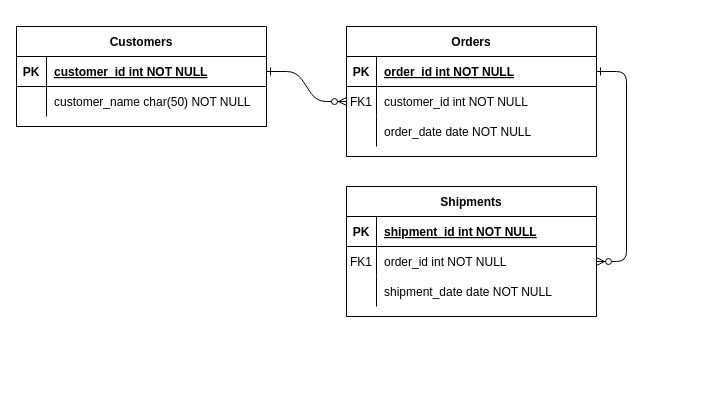
The draw.io diagram Untitled Diagram.drawio in emtucobac/final_exam, before the edit. Source tidied: cells renumbered, new cells numbered last; positions are measured from the earlier drawing's top-left corner, leaving out a move shared by most shapes. Both pictures are drawn from the tidied source at 100%, with x=0, y=0 at pixel (16, 26).
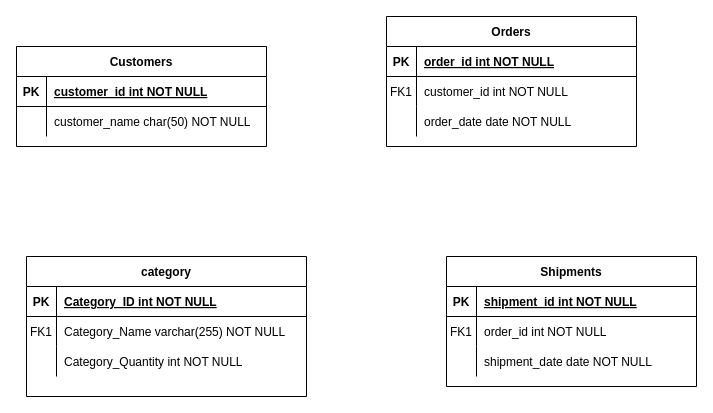
The same diagram, later.

The change refers to these unchanged cells:
```xml
<mxCell id="5" style="shape=partialRectangle;fillColor=none;points=[[0,0.5],[1,0.5]];portConstraint=eastwest;top=0;left=0;right=0;bottom=1;" parent="4" vertex="1">
  <mxGeometry y="30" width="250" height="30" as="geometry" />
</mxCell>
<mxCell id="8" style="shape=partialRectangle;fillColor=none;points=[[0,0.5],[1,0.5]];portConstraint=eastwest;top=0;left=0;right=0;bottom=0;" parent="4" vertex="1">
  <mxGeometry y="60" width="250" height="30" as="geometry" />
</mxCell>
<mxCell id="18" style="shape=partialRectangle;fillColor=none;points=[[0,0.5],[1,0.5]];portConstraint=eastwest;top=0;left=0;right=0;bottom=0;" parent="14" vertex="1">
  <mxGeometry y="60" width="250" height="30" as="geometry" />
</mxCell>
<mxCell id="25" style="shape=partialRectangle;fillColor=none;points=[[0,0.5],[1,0.5]];portConstraint=eastwest;top=0;left=0;right=0;bottom=1;" parent="24" vertex="1">
  <mxGeometry y="30" width="250" height="30" as="geometry" />
</mxCell>
```

What changed in the source:
```diff
@@
-    <mxCell id="2" style="edgeStyle=entityRelationEdgeStyle;endArrow=ERzeroToMany;startArrow=ERone;endFill=1;startFill=0;" parent="1" edge="1" source="25" target="8">
-      <mxGeometry relative="1" as="geometry" />
-    </mxCell>
-    <mxCell id="3" style="edgeStyle=entityRelationEdgeStyle;endArrow=ERzeroToMany;startArrow=ERone;endFill=1;startFill=0;" parent="1" edge="1" source="5" target="18">
-      <mxGeometry relative="1" as="geometry" />
-    </mxCell>
     <mxCell id="4" value="Orders" style="shape=table;startSize=30;childLayout=tableLayout;rowLines=0;fontStyle=1;align=center;" parent="1" vertex="1">
-      <mxGeometry x="330" width="250" height="130" as="geometry" />
+      <mxGeometry x="370" y="-10" width="250" height="130" as="geometry" />
     </mxCell>
@@
     <mxCell id="14" value="Shipments" style="shape=table;startSize=30;childLayout=tableLayout;rowLines=0;fontStyle=1;align=center;" parent="1" vertex="1">
-      <mxGeometry x="330" y="160" width="250" height="130" as="geometry" />
+      <mxGeometry x="430" y="230" width="250" height="130" as="geometry" />
     </mxCell>
@@
     <mxCell id="24" value="Customers" style="shape=table;startSize=30;childLayout=tableLayout;rowLines=0;fontStyle=1;align=center;" parent="1" vertex="1">
-      <mxGeometry width="250" height="100" as="geometry" />
+      <mxGeometry y="20" width="250" height="100" as="geometry" />
     </mxCell>
@@
+    <mxCell id="31" value="category" style="shape=table;startSize=30;childLayout=tableLayout;rowLines=0;fontStyle=1;align=center;" parent="1" vertex="1">
+      <mxGeometry x="10" y="230" width="280" height="140" as="geometry" />
+    </mxCell>
+    <mxCell id="32" style="shape=partialRectangle;fillColor=none;top=0;left=0;right=0;bottom=1;" parent="31" vertex="1">
+      <mxGeometry y="30" width="280" height="30" as="geometry" />
+    </mxCell>
+    <mxCell id="33" value="PK" style="shape=partialRectangle;overflow=hidden;fillColor=none;top=0;left=0;bottom=0;right=0;fontStyle=1;" parent="32" vertex="1">
+      <mxGeometry width="30" height="30" as="geometry" />
+    </mxCell>
+    <mxCell id="34" value="Category_ID int NOT NULL " style="shape=partialRectangle;overflow=hidden;fillColor=none;top=0;left=0;bottom=0;right=0;align=left;spacingLeft=6;fontStyle=5;" parent="32" vertex="1">
+      <mxGeometry x="30" width="250" height="30" as="geometry" />
+    </mxCell>
+    <mxCell id="35" style="shape=partialRectangle;fillColor=none;top=0;left=0;right=0;bottom=0;" parent="31" vertex="1">
+      <mxGeometry y="60" width="280" height="30" as="geometry" />
+    </mxCell>
+    <mxCell id="36" value="FK1" style="shape=partialRectangle;overflow=hidden;fillColor=none;top=0;left=0;bottom=0;right=0;" parent="35" vertex="1">
+      <mxGeometry width="30" height="30" as="geometry" />
+    </mxCell>
+    <mxCell id="37" value="Category_Name varchar(255) NOT NULL" style="shape=partialRectangle;overflow=hidden;fillColor=none;top=0;left=0;bottom=0;right=0;align=left;spacingLeft=6;" parent="35" vertex="1">
+      <mxGeometry x="30" width="250" height="30" as="geometry" />
+    </mxCell>
+    <mxCell id="38" style="shape=partialRectangle;fillColor=none;top=0;left=0;right=0;bottom=0;" parent="31" vertex="1">
+      <mxGeometry y="90" width="280" height="30" as="geometry" />
+    </mxCell>
+    <mxCell id="39" style="shape=partialRectangle;overflow=hidden;fillColor=none;top=0;left=0;bottom=0;right=0;" parent="38" vertex="1">
+      <mxGeometry width="30" height="30" as="geometry" />
+    </mxCell>
+    <mxCell id="40" value="Category_Quantity int NOT NULL" style="shape=partialRectangle;overflow=hidden;fillColor=none;top=0;left=0;bottom=0;right=0;align=left;spacingLeft=6;" parent="38" vertex="1">
+      <mxGeometry x="30" width="250" height="30" as="geometry" />
+    </mxCell>
```
